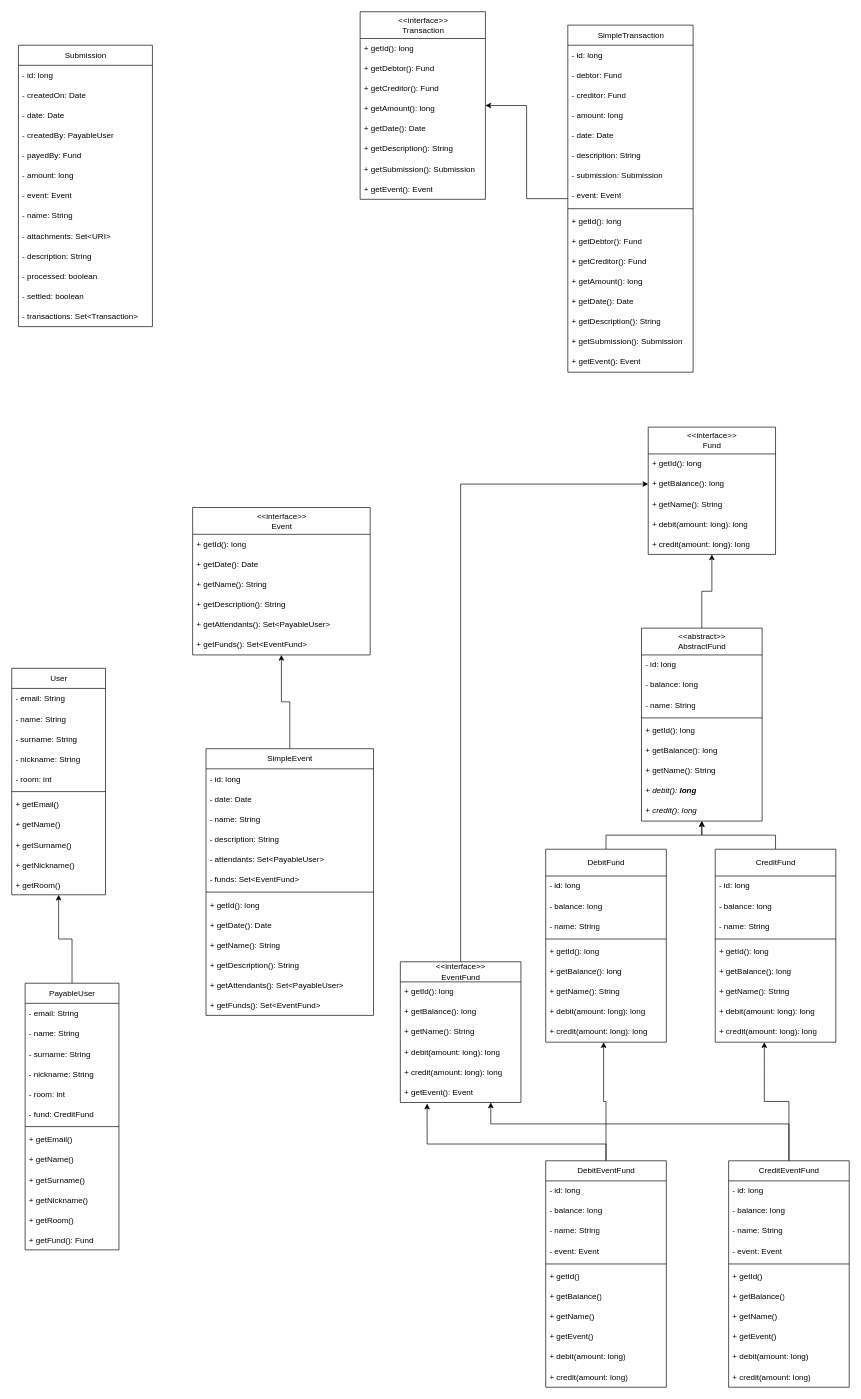
Before: docs/class-diagrams.drawio in aron-hoogeveen/DeclaBo, a draw.io diagram. Source tidied: cells renumbered, new cells numbered last; positions are measured from the earlier drawing's top-left corner, leaving out a move shared by most shapes. Both pictures are drawn from the tidied source at 67%, with x=0, y=0 at pixel (11, 11).
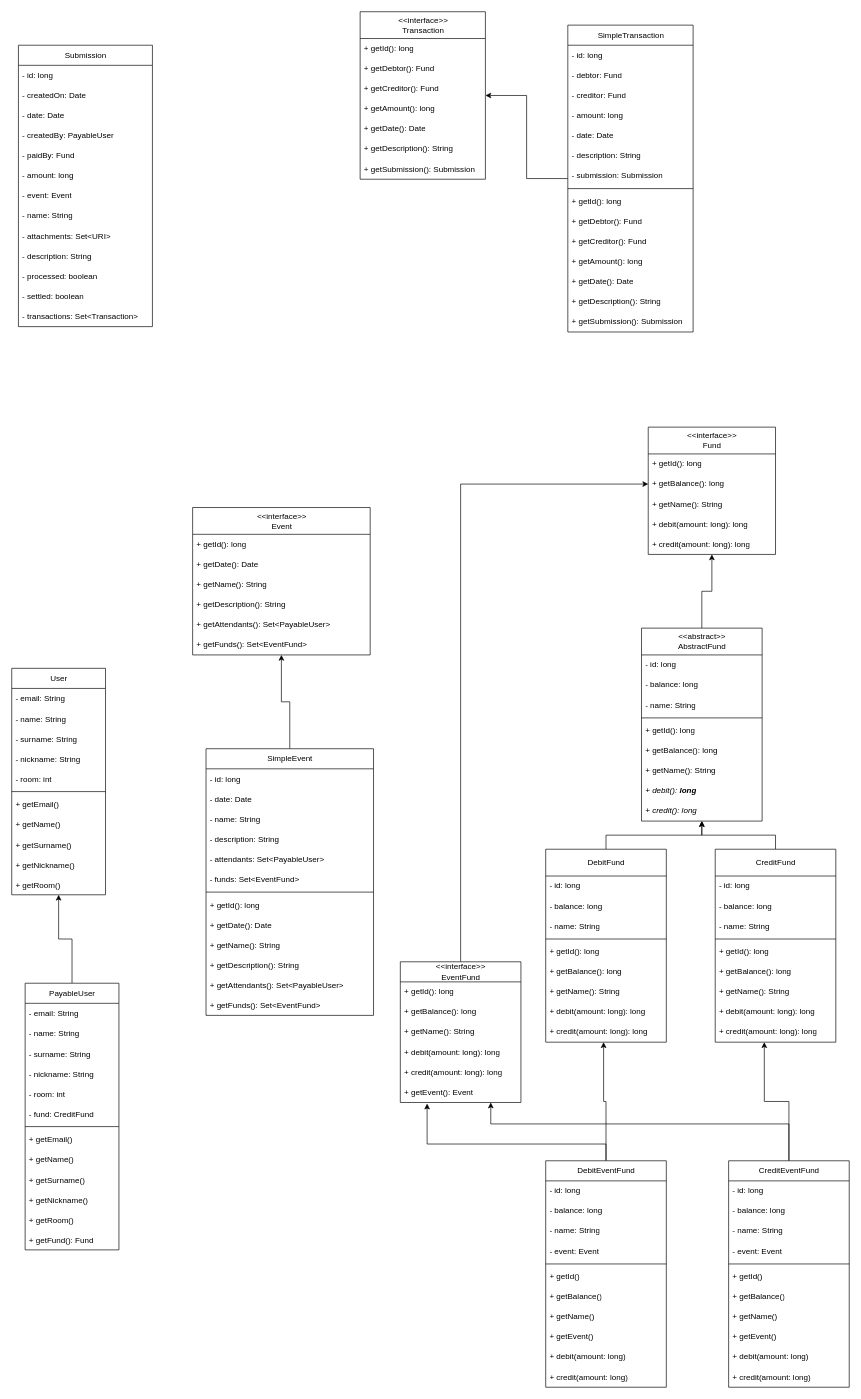
After the change.

Commit message:
Remove duplicate fields

Remove the duplicate fields "event" from the transactions, because the
submission will already contain that information

Unchanged cells that the change refers to:
```xml
<mxCell id="145" value="Submission" style="swimlane;fontStyle=0;horizontal=1;startSize=30;html=1;" parent="1" vertex="1">
  <mxGeometry x="10" y="50" width="200" height="420" as="geometry" />
</mxCell>
```

What changed in the source:
```diff
@@
     <mxCell id="127" value="SimpleTransaction" style="swimlane;fontStyle=0;horizontal=1;startSize=30;html=1;" parent="1" vertex="1">
-      <mxGeometry x="830" y="20" width="187" height="518" as="geometry" />
+      <mxGeometry x="830" y="20" width="187" height="458" as="geometry" />
     </mxCell>
@@
-    <mxCell id="135" value="- event: Event" style="text;strokeColor=none;fillColor=none;align=left;verticalAlign=middle;spacingLeft=4;spacingRight=4;overflow=hidden;html=1;" parent="127" vertex="1">
-      <mxGeometry y="240" width="187" height="30" as="geometry" />
-    </mxCell>
     <mxCell id="136" style="line;strokeWidth=1;fillColor=none;align=left;verticalAlign=middle;spacingTop=-1;spacingLeft=3;spacingRight=3;labelPosition=right;html=1;" parent="127" vertex="1">
-      <mxGeometry y="270" width="187" height="8" as="geometry" />
+      <mxGeometry y="240" width="187" height="8" as="geometry" />
     </mxCell>
     <mxCell id="137" value="+ getId(): long" style="text;strokeColor=none;fillColor=none;align=left;verticalAlign=middle;spacingLeft=4;spacingRight=4;overflow=hidden;html=1;" parent="127" vertex="1">
-      <mxGeometry y="278" width="187" height="30" as="geometry" />
+      <mxGeometry y="248" width="187" height="30" as="geometry" />
     </mxCell>
     <mxCell id="138" value="+ getDebtor(): Fund" style="text;strokeColor=none;fillColor=none;align=left;verticalAlign=middle;spacingLeft=4;spacingRight=4;overflow=hidden;html=1;" parent="127" vertex="1">
-      <mxGeometry y="308" width="187" height="30" as="geometry" />
+      <mxGeometry y="278" width="187" height="30" as="geometry" />
     </mxCell>
     <mxCell id="139" value="+ getCreditor(): Fund" style="text;strokeColor=none;fillColor=none;align=left;verticalAlign=middle;spacingLeft=4;spacingRight=4;overflow=hidden;html=1;" parent="127" vertex="1">
-      <mxGeometry y="338" width="187" height="30" as="geometry" />
+      <mxGeometry y="308" width="187" height="30" as="geometry" />
     </mxCell>
     <mxCell id="140" value="+ getAmount(): long" style="text;strokeColor=none;fillColor=none;align=left;verticalAlign=middle;spacingLeft=4;spacingRight=4;overflow=hidden;html=1;" parent="127" vertex="1">
-      <mxGeometry y="368" width="187" height="30" as="geometry" />
+      <mxGeometry y="338" width="187" height="30" as="geometry" />
     </mxCell>
     <mxCell id="141" value="+ getDate(): Date" style="text;strokeColor=none;fillColor=none;align=left;verticalAlign=middle;spacingLeft=4;spacingRight=4;overflow=hidden;html=1;" parent="127" vertex="1">
-      <mxGeometry y="398" width="187" height="30" as="geometry" />
+      <mxGeometry y="368" width="187" height="30" as="geometry" />
     </mxCell>
     <mxCell id="142" value="+ getDescription(): String" style="text;strokeColor=none;fillColor=none;align=left;verticalAlign=middle;spacingLeft=4;spacingRight=4;overflow=hidden;html=1;" parent="127" vertex="1">
-      <mxGeometry y="428" width="187" height="30" as="geometry" />
+      <mxGeometry y="398" width="187" height="30" as="geometry" />
     </mxCell>
     <mxCell id="143" value="+ getSubmission(): Submission" style="text;strokeColor=none;fillColor=none;align=left;verticalAlign=middle;spacingLeft=4;spacingRight=4;overflow=hidden;html=1;" parent="127" vertex="1">
-      <mxGeometry y="458" width="187" height="30" as="geometry" />
+      <mxGeometry y="428" width="187" height="30" as="geometry" />
     </mxCell>
-    <mxCell id="144" value="+ getEvent(): Event" style="text;strokeColor=none;fillColor=none;align=left;verticalAlign=middle;spacingLeft=4;spacingRight=4;overflow=hidden;html=1;" parent="127" vertex="1">
-      <mxGeometry y="488" width="187" height="30" as="geometry" />
-    </mxCell>
@@
-    <mxCell id="150" value="- payedBy: Fund" style="text;strokeColor=none;fillColor=none;align=left;verticalAlign=middle;spacingLeft=4;spacingRight=4;overflow=hidden;html=1;" parent="145" vertex="1">
+    <mxCell id="150" value="- paidBy: Fund" style="text;strokeColor=none;fillColor=none;align=left;verticalAlign=middle;spacingLeft=4;spacingRight=4;overflow=hidden;html=1;" parent="145" vertex="1">
       <mxGeometry y="150" width="200" height="30" as="geometry" />
     </mxCell>
@@
     <mxCell id="159" value="&amp;lt;&amp;lt;interface&amp;gt;&amp;gt;&lt;br&gt;Transaction" style="swimlane;fontStyle=0;horizontal=1;startSize=40;html=1;" parent="1" vertex="1">
-      <mxGeometry x="520" width="187" height="280" as="geometry" />
+      <mxGeometry x="520" width="187" height="250" as="geometry" />
     </mxCell>
@@
-    <mxCell id="167" value="+ getEvent(): Event" style="text;strokeColor=none;fillColor=none;align=left;verticalAlign=middle;spacingLeft=4;spacingRight=4;overflow=hidden;html=1;" parent="159" vertex="1">
-      <mxGeometry y="250" width="187" height="30" as="geometry" />
-    </mxCell>
```
